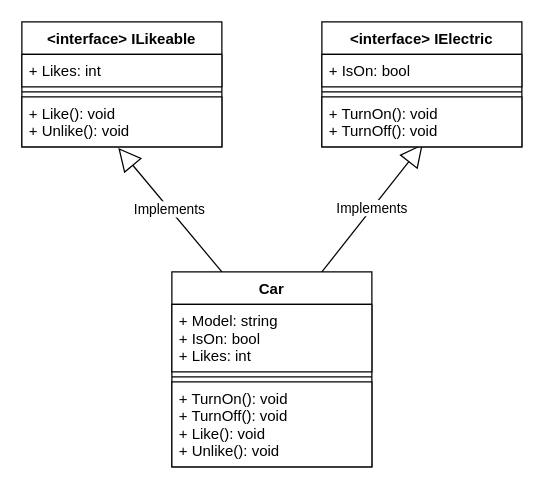
Above: Assets/Car+IElectric+ILikeable.drawio in ucudal/PII_Conceptos_de_POO (draw.io), before the change. Source tidied: cells renumbered, new cells numbered last; positions are measured from the earlier drawing's top-left corner, leaving out a move shared by most shapes. Both pictures are drawn from the tidied source at 125%, with x=0, y=0 at pixel (21, 21).
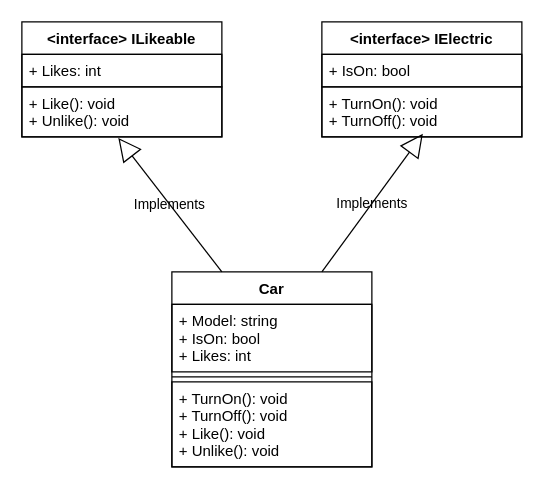
The same diagram, later.

What changed in the source:
```diff
@@
-<mxGraphModel>
+<mxGraphModel background="#ffffff">
   <root>
     <mxCell id="0" />
     <mxCell id="1" parent="0" />
-    <mxCell id="2" value="&lt;interface&gt; ILikeable" style="swimlane;fontStyle=1;align=center;verticalAlign=top;horizontal=1;startSize=26;fillColor=#FFFFFF;fontColor=#000000;strokeColor=#000000;" parent="1" vertex="1">
-      <mxGeometry width="160" height="100" as="geometry" />
+    <mxCell id="2" value="&lt;interface&gt; ILikeable" style="swimlane;fontStyle=1;align=center;verticalAlign=top;horizontal=1;startSize=26;fontColor=#000000;strokeColor=#000000;fillColor=none;" parent="1" vertex="1">
+      <mxGeometry width="160" height="92" as="geometry" />
     </mxCell>
-    <mxCell id="3" value="+ Likes: int" style="text;align=left;verticalAlign=top;spacingLeft=4;spacingRight=4;overflow=hidden;fillColor=#FFFFFF;fontColor=#000000;strokeColor=#000000;" parent="2" vertex="1">
+    <mxCell id="3" value="+ Likes: int" style="text;align=left;verticalAlign=top;spacingLeft=4;spacingRight=4;overflow=hidden;fontColor=#000000;strokeColor=#000000;" parent="2" vertex="1">
       <mxGeometry y="26" width="160" height="26" as="geometry" />
     </mxCell>
-    <mxCell id="4" style="line;strokeWidth=1;align=left;verticalAlign=middle;spacingTop=-1;spacingLeft=3;spacingRight=3;labelPosition=right;fillColor=#FFFFFF;fontColor=#000000;strokeColor=#000000;" parent="2" vertex="1">
-      <mxGeometry y="52" width="160" height="8" as="geometry" />
-    </mxCell>
-    <mxCell id="5" value="+ Like(): void&#10;+ Unlike(): void" style="text;align=left;verticalAlign=top;spacingLeft=4;spacingRight=4;overflow=hidden;points=[[0,0.5],[1,0.5]];portConstraint=eastwest;fillColor=#FFFFFF;fontColor=#000000;strokeColor=#000000;" parent="2" vertex="1">
-      <mxGeometry y="60" width="160" height="40" as="geometry" />
+    <mxCell id="5" value="+ Like(): void&#10;+ Unlike(): void" style="text;align=left;verticalAlign=top;spacingLeft=4;spacingRight=4;overflow=hidden;points=[[0,0.5],[1,0.5]];portConstraint=eastwest;fontColor=#000000;strokeColor=#000000;" parent="2" vertex="1">
+      <mxGeometry y="52" width="160" height="40" as="geometry" />
     </mxCell>
-    <mxCell id="6" value="Car" style="swimlane;fontStyle=1;align=center;verticalAlign=top;horizontal=1;startSize=26;fillColor=#FFFFFF;fontColor=#000000;strokeColor=#000000;" parent="1" vertex="1">
+    <mxCell id="6" value="Car" style="swimlane;fontStyle=1;align=center;verticalAlign=top;horizontal=1;startSize=26;fontColor=#000000;strokeColor=#000000;fillColor=none;" parent="1" vertex="1">
       <mxGeometry x="120" y="200" width="160" height="156" as="geometry" />
     </mxCell>
-    <mxCell id="7" value="+ Model: string&#10;+ IsOn: bool&#10;+ Likes: int" style="text;align=left;verticalAlign=top;spacingLeft=4;spacingRight=4;overflow=hidden;fillColor=#FFFFFF;fontColor=#000000;strokeColor=#000000;" parent="6" vertex="1">
+    <mxCell id="7" value="+ Model: string&#10;+ IsOn: bool&#10;+ Likes: int" style="text;align=left;verticalAlign=top;spacingLeft=4;spacingRight=4;overflow=hidden;fontColor=#000000;strokeColor=#000000;" parent="6" vertex="1">
       <mxGeometry y="26" width="160" height="54" as="geometry" />
     </mxCell>
-    <mxCell id="8" style="line;strokeWidth=1;align=left;verticalAlign=middle;spacingTop=-1;spacingLeft=3;spacingRight=3;labelPosition=right;fillColor=#FFFFFF;fontColor=#000000;strokeColor=#000000;" parent="6" vertex="1">
+    <mxCell id="8" style="line;strokeWidth=1;align=left;verticalAlign=middle;spacingTop=-1;spacingLeft=3;spacingRight=3;labelPosition=right;fontColor=#000000;strokeColor=#000000;fillColor=none;" parent="6" vertex="1">
       <mxGeometry y="80" width="160" height="8" as="geometry" />
     </mxCell>
-    <mxCell id="9" value="+ TurnOn(): void&#10;+ TurnOff(): void&#10;+ Like(): void&#10;+ Unlike(): void" style="text;align=left;verticalAlign=top;spacingLeft=4;spacingRight=4;overflow=hidden;fillColor=#FFFFFF;fontColor=#000000;strokeColor=#000000;" parent="6" vertex="1">
+    <mxCell id="9" value="+ TurnOn(): void&#10;+ TurnOff(): void&#10;+ Like(): void&#10;+ Unlike(): void" style="text;align=left;verticalAlign=top;spacingLeft=4;spacingRight=4;overflow=hidden;fontColor=#000000;strokeColor=#000000;" parent="6" vertex="1">
       <mxGeometry y="88" width="160" height="68" as="geometry" />
     </mxCell>
-    <mxCell id="10" value="Implements" style="endArrow=block;endSize=16;endFill=0;html=1;exitX=0.75;exitY=0;exitDx=0;exitDy=0;entryX=0.505;entryY=0.94;entryDx=0;entryDy=0;entryPerimeter=0;fontColor=#000000;strokeColor=#000000;" parent="1" edge="1" source="6" target="15">
+    <mxCell id="10" value="Implements" style="endArrow=block;endSize=16;endFill=0;html=1;exitX=0.75;exitY=0;exitDx=0;exitDy=0;entryX=0.505;entryY=0.94;entryDx=0;entryDy=0;entryPerimeter=0;fontColor=#000000;strokeColor=#000000;labelBackgroundColor=none;" parent="1" edge="1" source="6" target="15">
       <mxGeometry relative="1" as="geometry" />
     </mxCell>
-    <mxCell id="11" value="Implements" style="endArrow=block;endSize=16;endFill=0;html=1;entryX=0.482;entryY=1.02;entryDx=0;entryDy=0;entryPerimeter=0;exitX=0.25;exitY=0;exitDx=0;exitDy=0;fontColor=#000000;strokeColor=#000000;" parent="1" edge="1" source="6" target="5">
+    <mxCell id="11" value="Implements" style="endArrow=block;endSize=16;endFill=0;html=1;entryX=0.482;entryY=1.02;entryDx=0;entryDy=0;entryPerimeter=0;exitX=0.25;exitY=0;exitDx=0;exitDy=0;fontColor=#000000;strokeColor=#000000;labelBackgroundColor=none;" parent="1" edge="1" source="6" target="5">
       <mxGeometry relative="1" as="geometry" />
     </mxCell>
-    <mxCell id="12" value="&lt;interface&gt; IElectric" style="swimlane;fontStyle=1;align=center;verticalAlign=top;horizontal=1;startSize=26;fillColor=#FFFFFF;fontColor=#000000;strokeColor=#000000;" parent="1" vertex="1">
-      <mxGeometry x="240" width="160" height="100" as="geometry" />
+    <mxCell id="12" value="&lt;interface&gt; IElectric" style="swimlane;fontStyle=1;align=center;verticalAlign=top;horizontal=1;startSize=26;fontColor=#000000;strokeColor=#000000;fillColor=none;" parent="1" vertex="1">
+      <mxGeometry x="240" width="160" height="92" as="geometry" />
     </mxCell>
-    <mxCell id="13" value="+ IsOn: bool" style="text;align=left;verticalAlign=top;spacingLeft=4;spacingRight=4;overflow=hidden;fillColor=#FFFFFF;fontColor=#000000;strokeColor=#000000;" parent="12" vertex="1">
+    <mxCell id="13" value="+ IsOn: bool" style="text;align=left;verticalAlign=top;spacingLeft=4;spacingRight=4;overflow=hidden;fontColor=#000000;strokeColor=#000000;" parent="12" vertex="1">
       <mxGeometry y="26" width="160" height="26" as="geometry" />
     </mxCell>
-    <mxCell id="14" style="line;strokeWidth=1;align=left;verticalAlign=middle;spacingTop=-1;spacingLeft=3;spacingRight=3;labelPosition=right;fillColor=#FFFFFF;fontColor=#000000;strokeColor=#000000;" parent="12" vertex="1">
-      <mxGeometry y="52" width="160" height="8" as="geometry" />
-    </mxCell>
-    <mxCell id="15" value="+ TurnOn(): void&#10;+ TurnOff(): void" style="text;align=left;verticalAlign=top;spacingLeft=4;spacingRight=4;overflow=hidden;points=[[0,0.5],[1,0.5]];portConstraint=eastwest;fillColor=#FFFFFF;fontColor=#000000;strokeColor=#000000;" parent="12" vertex="1">
-      <mxGeometry y="60" width="160" height="40" as="geometry" />
+    <mxCell id="15" value="+ TurnOn(): void&#10;+ TurnOff(): void" style="text;align=left;verticalAlign=top;spacingLeft=4;spacingRight=4;overflow=hidden;points=[[0,0.5],[1,0.5]];portConstraint=eastwest;fontColor=#000000;strokeColor=#000000;" parent="12" vertex="1">
+      <mxGeometry y="52" width="160" height="40" as="geometry" />
     </mxCell>
   </root>
 </mxGraphModel>
```
